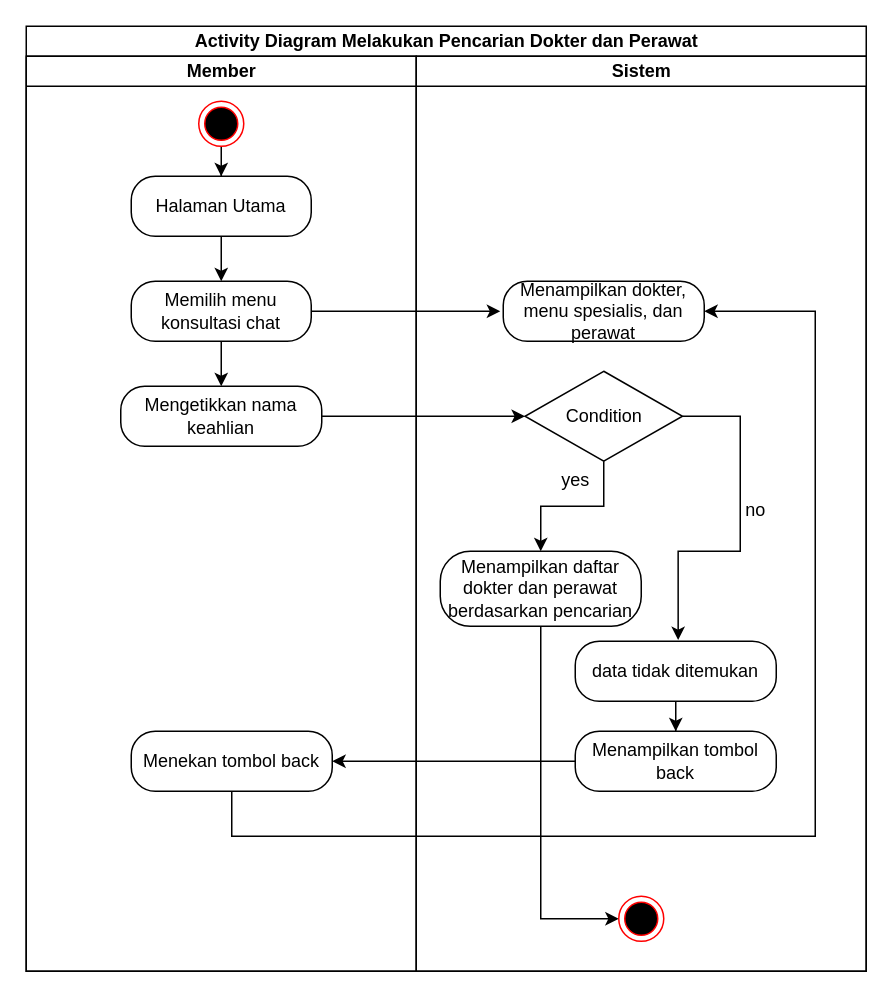
The draw.io diagram activity diagram/Member/melakukan pencarian dokter dan perawat.drawio in Muhamadrafliseptian/rancangan-sistem-dan-dokumen, before the edit. Source tidied: cells renumbered, new cells numbered last; positions are measured from the earlier drawing's top-left corner, leaving out a move shared by most shapes. Both pictures are drawn from the tidied source at 150%, with x=0, y=0 at pixel (26, 26).
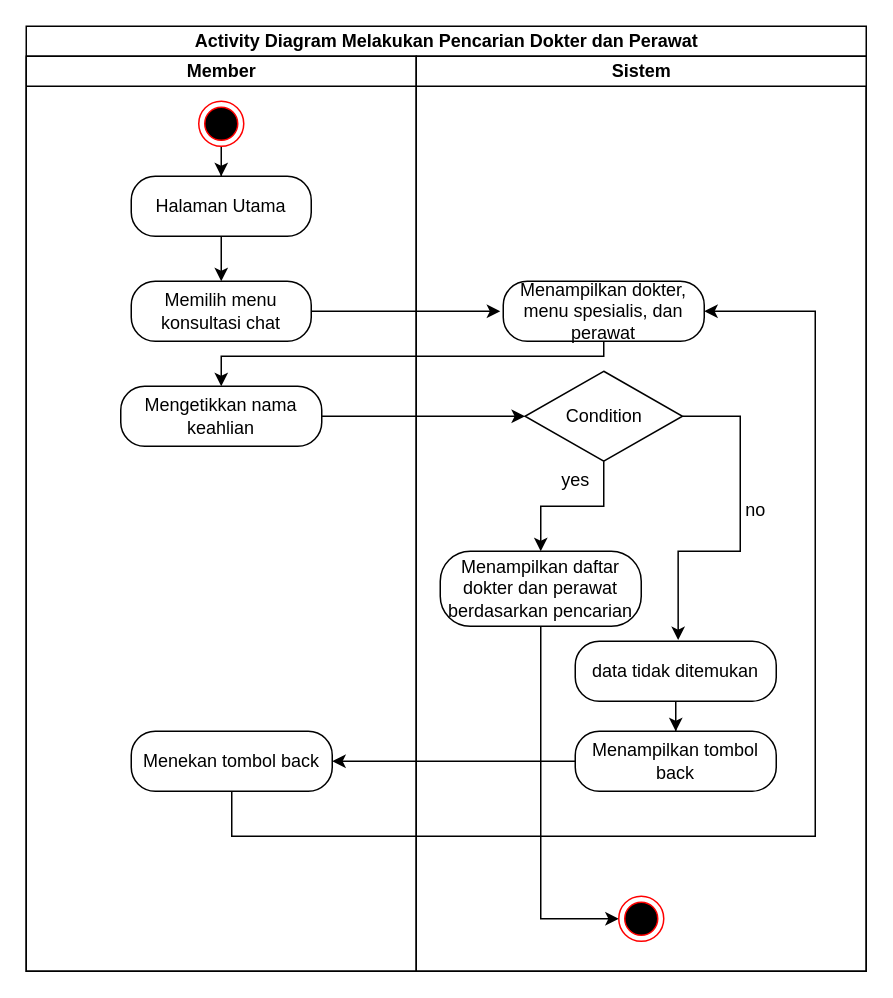
The same diagram, later.

The change refers to these unchanged cells:
```xml
<mxCell id="2" value="Activity Diagram Melakukan Pencarian Dokter dan Perawat" style="swimlane;startSize=20;html=1;" parent="1" vertex="1">
  <mxGeometry width="560" height="630" as="geometry" />
</mxCell>
<mxCell id="3" value="Member" style="swimlane;startSize=20;html=1;" parent="2" vertex="1">
  <mxGeometry y="20" width="260" height="610" as="geometry" />
</mxCell>
<mxCell id="10" value="Memilih menu konsultasi chat" style="rounded=1;whiteSpace=wrap;html=1;arcSize=40;fontColor=#000000;fillColor=default;strokeColor=default;" parent="3" vertex="1">
  <mxGeometry x="70" y="150" width="120" height="40" as="geometry" />
</mxCell>
<mxCell id="11" value="Mengetikkan nama keahlian" style="rounded=1;whiteSpace=wrap;html=1;arcSize=40;fontColor=#000000;fillColor=default;strokeColor=default;" parent="3" vertex="1">
  <mxGeometry x="63" y="220" width="134" height="40" as="geometry" />
</mxCell>
<mxCell id="14" value="Menampilkan dokter, menu spesialis, dan perawat" style="rounded=1;whiteSpace=wrap;html=1;arcSize=40;fontColor=#000000;fillColor=default;strokeColor=default;" parent="13" vertex="1">
  <mxGeometry x="58" y="150" width="134" height="40" as="geometry" />
</mxCell>
```

The edit, as a diff of the source:
```diff
@@
-    <mxCell id="9" style="edgeStyle=orthogonalEdgeStyle;rounded=0;jettySize=auto;html=1;" parent="3" edge="1" source="10" target="11">
-      <mxGeometry relative="1" as="geometry" />
-    </mxCell>
@@
+    <mxCell id="29" style="edgeStyle=orthogonalEdgeStyle;rounded=0;jettySize=auto;html=1;entryX=0.5;entryY=0;entryDx=0;entryDy=0;" parent="2" edge="1" source="14" target="11">
+      <mxGeometry relative="1" as="geometry">
+        <Array as="points">
+          <mxPoint x="385" y="220" />
+          <mxPoint x="130" y="220" />
+        </Array>
+      </mxGeometry>
+    </mxCell>
```
